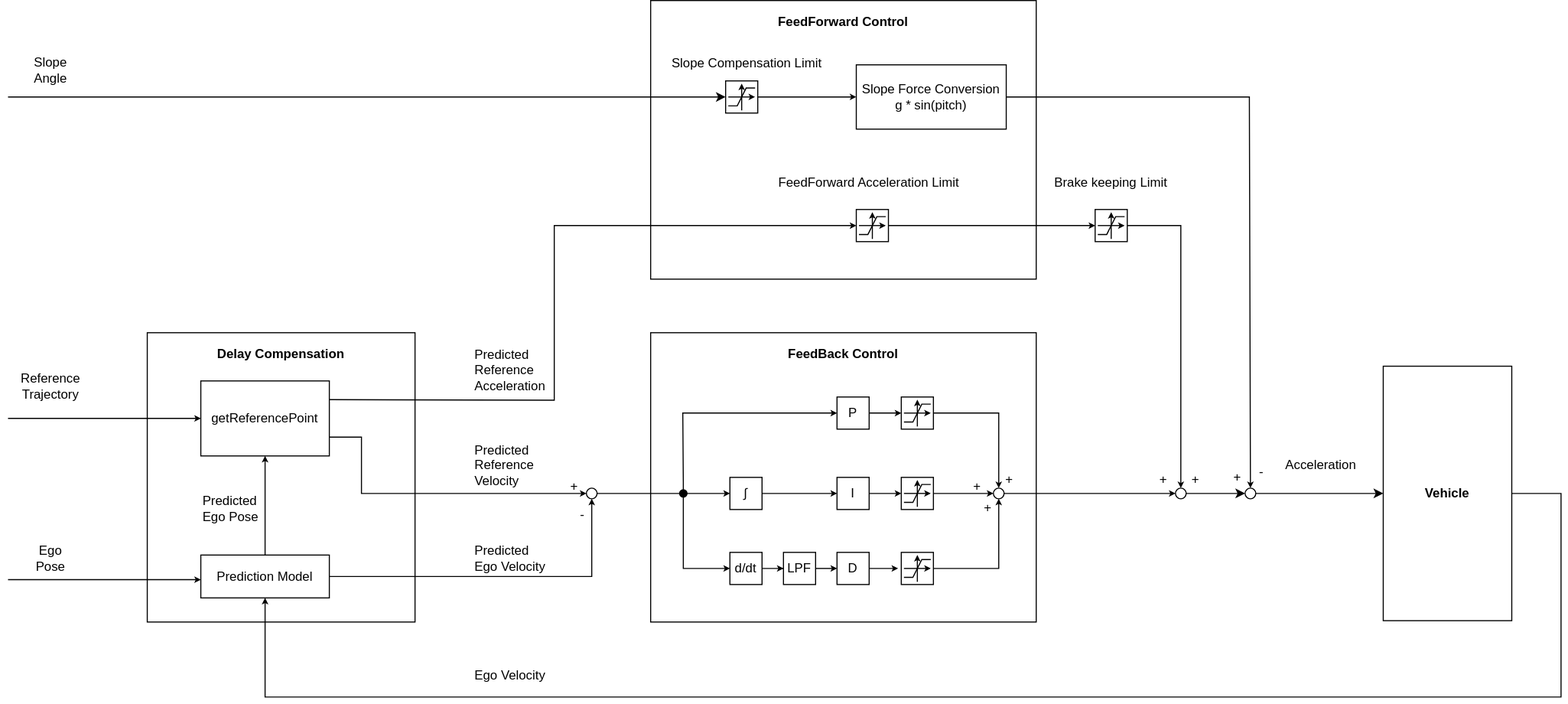
Before: control/pid_longitudinal_controller/media/LongitudinalControllerDiagram.drawio.svg, a diagram exported from draw.io (autowarefoundation/autoware.universe). Source tidied: cells renumbered, new cells last; positions are measured from the earlier drawing's top-left corner, leaving out a move shared by most shapes.
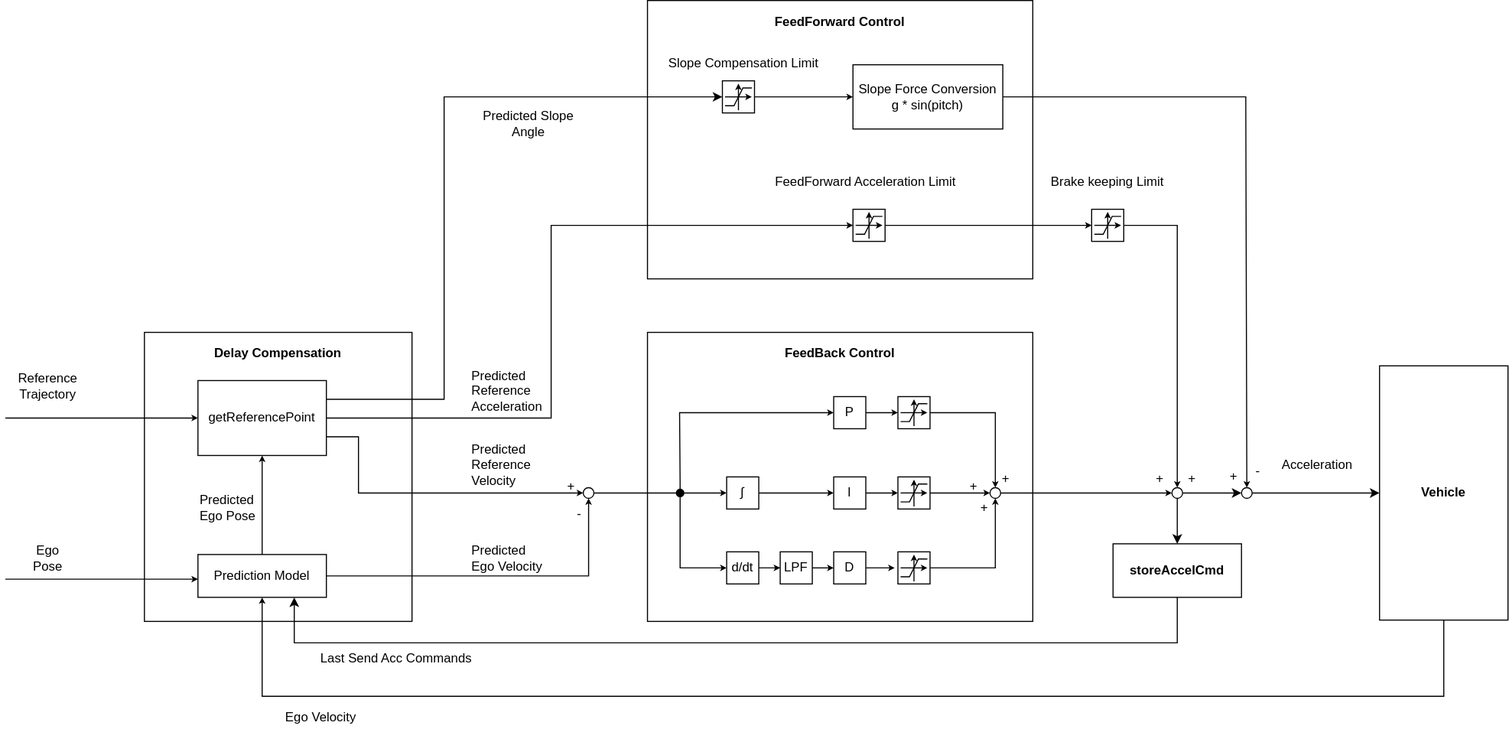
The same diagram one commit later.

Commit message:
feat(pid_longitudinal_controller): update readme

What changed in the source:
```diff
@@ -36,11 +36,14 @@
     <mxCell id="10" value="Predicted&lt;br&gt;Reference&lt;br&gt;Velocity" style="text;html=1;strokeColor=none;fillColor=none;align=left;verticalAlign=middle;whiteSpace=wrap;rounded=0;" parent="1" vertex="1">
       <mxGeometry x="434" y="424" width="40" height="20" as="geometry" />
     </mxCell>
+    <mxCell id="108" style="edgeStyle=orthogonalEdgeStyle;rounded=0;jettySize=auto;html=1;" parent="1" edge="1" source="11" target="111">
+      <mxGeometry relative="1" as="geometry" />
+    </mxCell>
     <mxCell id="11" style="ellipse;whiteSpace=wrap;html=1;" parent="1" vertex="1">
       <mxGeometry x="1090" y="455" width="10" height="10" as="geometry" />
     </mxCell>
     <mxCell id="12" value="Predicted&lt;br&gt;Reference&lt;br&gt;Acceleration" style="text;html=1;strokeColor=none;fillColor=none;align=left;verticalAlign=middle;whiteSpace=wrap;rounded=0;" parent="1" vertex="1">
-      <mxGeometry x="434" y="335" width="40" height="20" as="geometry" />
+      <mxGeometry x="434" y="355" width="40" height="20" as="geometry" />
     </mxCell>
     <mxCell id="13" style="edgeStyle=orthogonalEdgeStyle;rounded=0;jettySize=auto;html=1;entryX=0;entryY=0.5;entryDx=0;entryDy=0;" parent="1" edge="1" source="14" target="99">
       <mxGeometry relative="1" as="geometry" />
@@ -59,13 +62,8 @@
     <mxCell id="16" value="Slope Force Conversion&lt;br&gt;g * sin(pitch)" style="rounded=0;whiteSpace=wrap;html=1;" parent="1" vertex="1">
       <mxGeometry x="792" y="60" width="140" height="60" as="geometry" />
     </mxCell>
-    <mxCell id="17" style="endArrow=classic;html=1;entryX=0;entryY=0.5;entryDx=0;entryDy=0;" parent="1" edge="1" target="74">
-      <mxGeometry relative="1" as="geometry">
-        <mxPoint y="90" as="sourcePoint" />
-      </mxGeometry>
-    </mxCell>
-    <mxCell id="18" value="Slope&lt;br&gt;Angle" style="text;html=1;strokeColor=none;fillColor=none;align=center;verticalAlign=middle;whiteSpace=wrap;rounded=0;" parent="1" vertex="1">
-      <mxGeometry x="20" y="55" width="40" height="20" as="geometry" />
+    <mxCell id="18" value="Predicted Slope&lt;br&gt;Angle" style="text;html=1;strokeColor=none;fillColor=none;align=center;verticalAlign=middle;whiteSpace=wrap;rounded=0;" parent="1" vertex="1">
+      <mxGeometry x="434" y="105" width="110" height="20" as="geometry" />
     </mxCell>
     <mxCell id="19" style="edgeStyle=orthogonalEdgeStyle;rounded=0;jettySize=auto;html=1;exitX=1;exitY=0.5;exitDx=0;exitDy=0;startArrow=none;startFill=0;endArrow=classic;endFill=1;endSize=3;entryX=0;entryY=0.5;entryDx=0;entryDy=0;" parent="1" edge="1" source="20" target="32">
       <mxGeometry relative="1" as="geometry" />
@@ -296,10 +294,10 @@
     <mxCell id="71" style="edgeStyle=orthogonalEdgeStyle;rounded=0;jettySize=auto;html=1;exitX=1;exitY=0.5;exitDx=0;exitDy=0;startArrow=none;startFill=0;endArrow=classic;endFill=1;endSize=3;entryX=0.5;entryY=0;entryDx=0;entryDy=0;" parent="1" edge="1" source="101" target="11">
       <mxGeometry relative="1" as="geometry" />
     </mxCell>
-    <mxCell id="72" style="endArrow=classic;html=1;endSize=3;entryX=0;entryY=0.5;entryDx=0;entryDy=0;exitX=1;exitY=0.25;exitDx=0;exitDy=0;rounded=0;" parent="1" edge="1" source="94" target="66">
+    <mxCell id="72" style="endArrow=classic;html=1;endSize=3;entryX=0;entryY=0.5;entryDx=0;entryDy=0;exitX=1;exitY=0.5;exitDx=0;exitDy=0;rounded=0;" parent="1" edge="1" source="94" target="66">
       <mxGeometry relative="1" as="geometry">
         <Array as="points">
-          <mxPoint x="510" y="373" />
+          <mxPoint x="510" y="390" />
           <mxPoint x="510" y="210" />
         </Array>
       </mxGeometry>
@@ -347,11 +345,10 @@
     <mxCell id="81" value="FeedForward Acceleration Limit" style="text;html=1;strokeColor=none;fillColor=none;align=center;verticalAlign=middle;whiteSpace=wrap;rounded=0;" parent="1" vertex="1">
       <mxGeometry x="701" y="160" width="206" height="20" as="geometry" />
     </mxCell>
-    <mxCell id="82" style="edgeStyle=orthogonalEdgeStyle;rounded=0;jettySize=auto;html=1;startArrow=none;startFill=0;endArrow=classic;endFill=1;endSize=3;exitX=1;exitY=0.5;exitDx=0;exitDy=0;entryX=0.5;entryY=1;entryDx=0;entryDy=0;" parent="1" edge="1" source="99" target="93">
+    <mxCell id="82" style="edgeStyle=orthogonalEdgeStyle;rounded=0;jettySize=auto;html=1;startArrow=none;startFill=0;endArrow=classic;endFill=1;endSize=3;exitX=0.5;exitY=1;exitDx=0;exitDy=0;entryX=0.5;entryY=1;entryDx=0;entryDy=0;" parent="1" edge="1" source="99" target="93">
       <mxGeometry relative="1" as="geometry">
         <Array as="points">
-          <mxPoint x="1450" y="460" />
-          <mxPoint x="1450" y="650" />
+          <mxPoint x="1344" y="650" />
           <mxPoint x="240" y="650" />
         </Array>
       </mxGeometry>
@@ -368,6 +365,14 @@
     <mxCell id="86" value="Reference&lt;br&gt;Trajectory" style="text;html=1;strokeColor=none;fillColor=none;align=center;verticalAlign=middle;whiteSpace=wrap;rounded=0;" parent="1" vertex="1">
       <mxGeometry x="20" y="350" width="40" height="20" as="geometry" />
     </mxCell>
+    <mxCell id="109" style="edgeStyle=orthogonalEdgeStyle;rounded=0;jettySize=auto;html=1;entryX=0;entryY=0.5;entryDx=0;entryDy=0;exitX=1;exitY=0.25;exitDx=0;exitDy=0;" parent="1" edge="1" source="94" target="74">
+      <mxGeometry relative="1" as="geometry">
+        <Array as="points">
+          <mxPoint x="410" y="373" />
+          <mxPoint x="410" y="90" />
+        </Array>
+      </mxGeometry>
+    </mxCell>
     <mxCell id="87" value="&lt;b&gt;Delay Compensation&lt;/b&gt;" style="text;html=1;strokeColor=none;fillColor=none;align=center;verticalAlign=middle;whiteSpace=wrap;rounded=0;" parent="1" vertex="1">
       <mxGeometry x="175" y="320" width="160" height="20" as="geometry" />
     </mxCell>
@@ -403,7 +408,7 @@
       <mxGeometry x="180" y="463.5" width="40" height="20" as="geometry" />
     </mxCell>
     <mxCell id="96" value="Ego&amp;nbsp;Velocity" style="text;html=1;strokeColor=none;fillColor=none;align=left;verticalAlign=middle;whiteSpace=wrap;rounded=0;" parent="1" vertex="1">
-      <mxGeometry x="434" y="620" width="40" height="20" as="geometry" />
+      <mxGeometry x="260" y="660" width="40" height="20" as="geometry" />
     </mxCell>
     <mxCell id="97" value="&lt;b&gt;FeedForward Control&lt;/b&gt;" style="text;html=1;strokeColor=none;fillColor=none;align=center;verticalAlign=middle;whiteSpace=wrap;rounded=0;" parent="1" vertex="1">
       <mxGeometry x="677" y="10" width="206" height="20" as="geometry" />
@@ -454,5 +459,19 @@
     <mxCell id="107" value="Brake keeping Limit" style="text;html=1;strokeColor=none;fillColor=none;align=center;verticalAlign=middle;whiteSpace=wrap;rounded=0;" parent="1" vertex="1">
       <mxGeometry x="960" y="160" width="140" height="20" as="geometry" />
     </mxCell>
+    <mxCell id="110" style="edgeStyle=orthogonalEdgeStyle;rounded=0;jettySize=auto;html=1;entryX=0.75;entryY=1;entryDx=0;entryDy=0;" parent="1" edge="1" source="111" target="93">
+      <mxGeometry relative="1" as="geometry">
+        <Array as="points">
+          <mxPoint x="1095" y="600" />
+          <mxPoint x="270" y="600" />
+        </Array>
+      </mxGeometry>
+    </mxCell>
+    <mxCell id="111" value="&lt;b&gt;storeAccelCmd&lt;br&gt;&lt;/b&gt;" style="rounded=0;whiteSpace=wrap;html=1;" parent="1" vertex="1">
+      <mxGeometry x="1035" y="507.5" width="120" height="50" as="geometry" />
+    </mxCell>
+    <mxCell id="112" value="&lt;div&gt;Last Send Acc Commands&lt;/div&gt;" style="text;html=1;align=center;verticalAlign=middle;strokeColor=none;fillColor=none;" parent="1" vertex="1">
+      <mxGeometry x="280" y="600" width="170" height="30" as="geometry" />
+    </mxCell>
   </root>
 </mxGraphModel>
```
